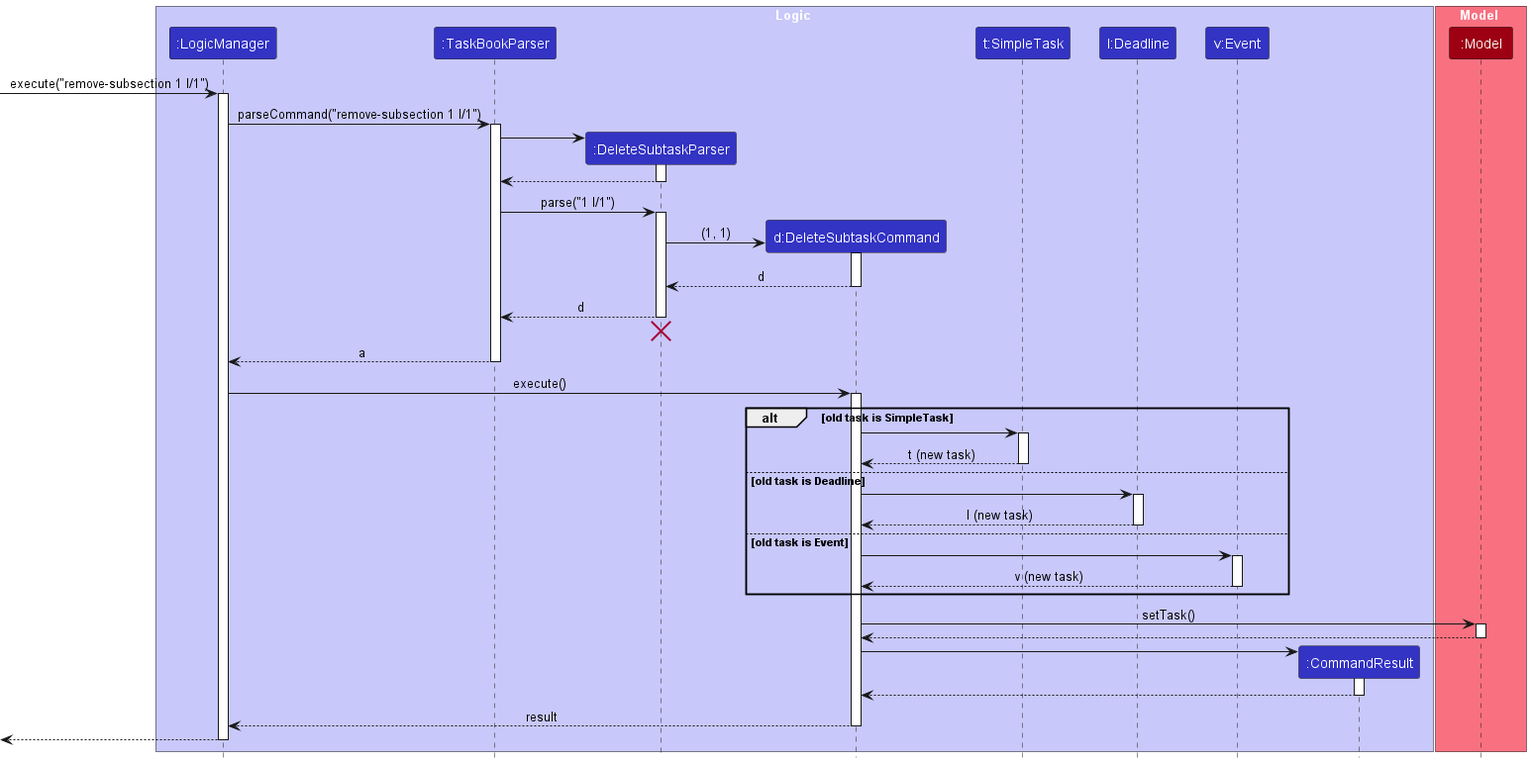
This is docs/images/RemoveSubsectionSequenceDiagram.png from nus-cs2103-AY2223S2/tp, a PlantUML export, as it was before one commit.
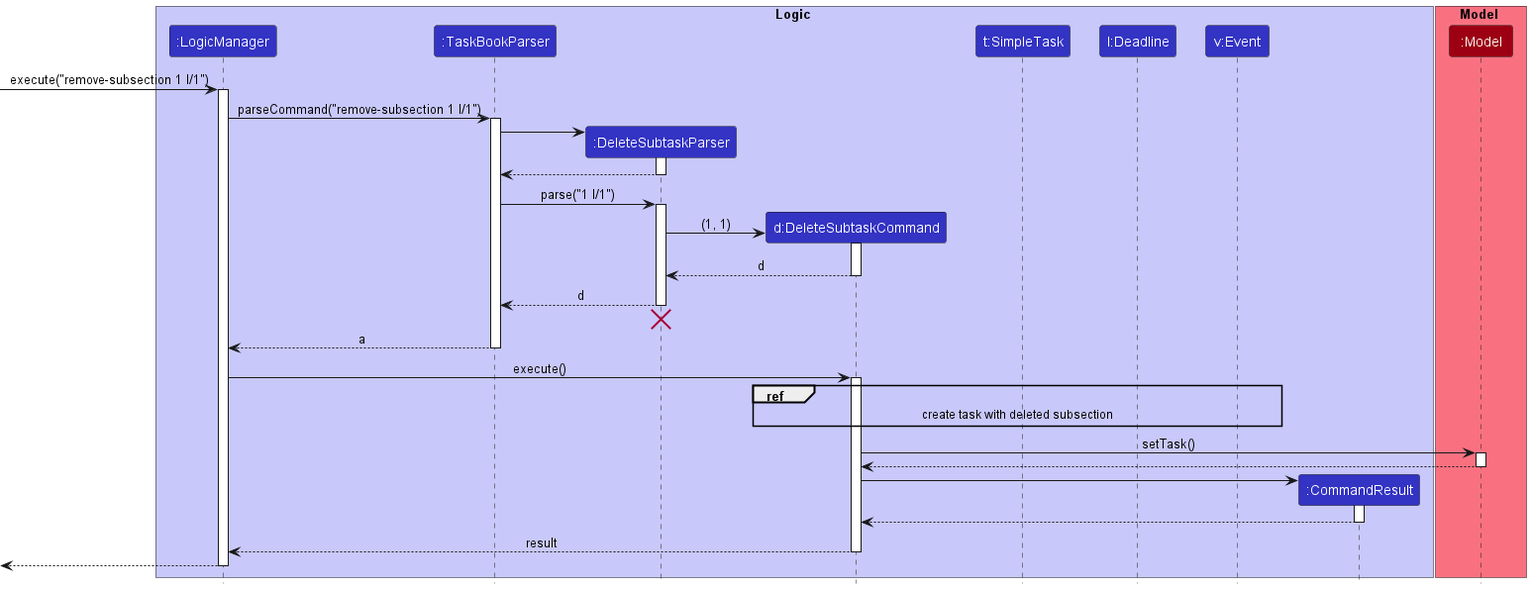
The same diagram one commit later.

The edit, as a diff of the source:
```diff
@@ -51,29 +51,10 @@
 
 LogicManager -> DeleteSubtaskCommand : execute()
 activate DeleteSubtaskCommand
+ref over  DeleteSubtaskCommand, SimpleTask, Deadline, Event : create task with deleted subsection
 
-alt old task is SimpleTask
 
-    DeleteSubtaskCommand -> SimpleTask
-    activate SimpleTask
 
-    SimpleTask --> DeleteSubtaskCommand : t (new task)
-    deactivate SimpleTask
-
-else old task is Deadline
-    DeleteSubtaskCommand -> Deadline
-    activate Deadline
-
-    Deadline --> DeleteSubtaskCommand : l (new task)
-    deactivate Deadline
-
-else old task is Event
-    DeleteSubtaskCommand -> Event
-    activate Event
-
-    Event --> DeleteSubtaskCommand : v (new task)
-    deactivate Event
-end
 
 DeleteSubtaskCommand -> Model : setTask()
 activate Model
```
